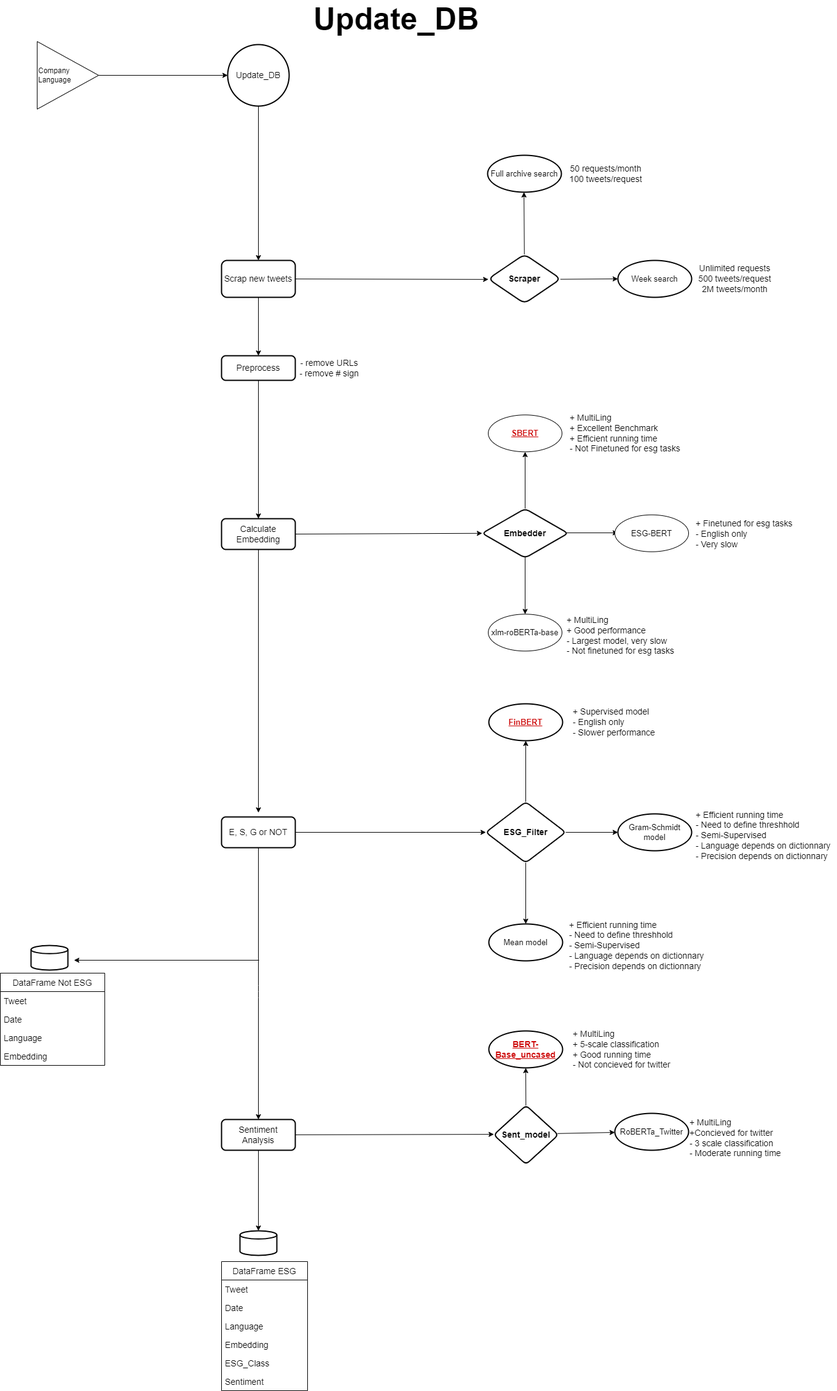
Above: Final_models/documentation + resources/Update_DB.png in HusseinRR/Twitter-Sentiment-Analysis (draw.io), before the change. Source tidied: cells renumbered, new cells last; positions are measured from the earlier drawing's top-left corner, leaving out a move shared by most shapes.
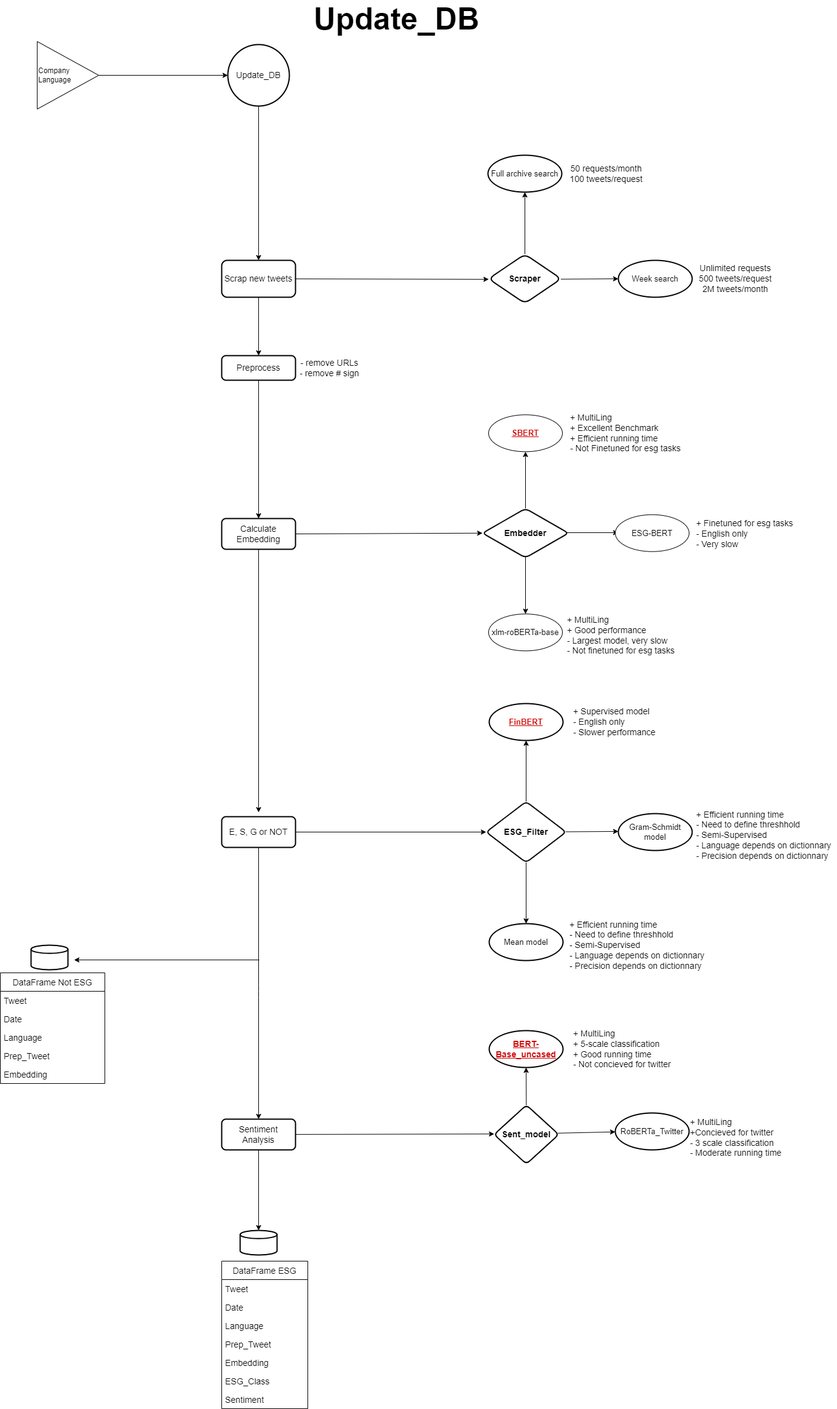
Later version of the same file.

Change to the diagram source:
```diff
@@ -32,7 +32,7 @@
       <mxGeometry x="390" y="1986" width="60" height="40" as="geometry" />
     </mxCell>
     <mxCell id="10" value="DataFrame Not ESG" style="swimlane;fontStyle=0;horizontal=1;startSize=30;fontSize=14;" parent="1" vertex="1">
-      <mxGeometry y="1567" width="170" height="150" as="geometry" />
+      <mxGeometry y="1567" width="170" height="180" as="geometry" />
     </mxCell>
     <mxCell id="11" value="Tweet" style="text;strokeColor=none;fillColor=none;align=left;verticalAlign=middle;spacingLeft=4;spacingRight=4;overflow=hidden;fontSize=14;" parent="10" vertex="1">
       <mxGeometry y="30" width="170" height="30" as="geometry" />
@@ -43,9 +43,12 @@
     <mxCell id="13" value="Language" style="text;strokeColor=none;fillColor=none;align=left;verticalAlign=middle;spacingLeft=4;spacingRight=4;overflow=hidden;fontSize=14;" parent="10" vertex="1">
       <mxGeometry y="90" width="170" height="30" as="geometry" />
     </mxCell>
-    <mxCell id="14" value="Embedding" style="text;strokeColor=none;fillColor=none;align=left;verticalAlign=middle;spacingLeft=4;spacingRight=4;overflow=hidden;fontSize=14;" parent="10" vertex="1">
+    <mxCell id="14" value="Prep_Tweet" style="text;strokeColor=none;fillColor=none;align=left;verticalAlign=middle;spacingLeft=4;spacingRight=4;overflow=hidden;fontSize=14;" parent="10" vertex="1">
       <mxGeometry y="120" width="170" height="30" as="geometry" />
     </mxCell>
+    <mxCell id="71" value="Embedding" style="text;strokeColor=none;fillColor=none;align=left;verticalAlign=middle;spacingLeft=4;spacingRight=4;overflow=hidden;fontSize=14;" parent="10" vertex="1">
+      <mxGeometry y="150" width="170" height="30" as="geometry" />
+    </mxCell>
     <mxCell id="15" style="edgeStyle=none;html=1;fontSize=14;" parent="1" edge="1" source="17" target="8">
       <mxGeometry relative="1" as="geometry">
         <Array as="points">
@@ -167,7 +170,7 @@
       <mxGeometry x="50" y="1522" width="60" height="40" as="geometry" />
     </mxCell>
     <mxCell id="50" value="DataFrame ESG" style="swimlane;fontStyle=0;horizontal=1;startSize=30;fontSize=14;" parent="1" vertex="1">
-      <mxGeometry x="360" y="2036" width="140" height="210" as="geometry" />
+      <mxGeometry x="360" y="2036" width="140" height="240" as="geometry" />
     </mxCell>
     <mxCell id="51" value="Tweet" style="text;strokeColor=none;fillColor=none;align=left;verticalAlign=middle;spacingLeft=4;spacingRight=4;overflow=hidden;fontSize=14;" parent="50" vertex="1">
       <mxGeometry y="30" width="140" height="30" as="geometry" />
@@ -178,14 +181,17 @@
     <mxCell id="53" value="Language" style="text;strokeColor=none;fillColor=none;align=left;verticalAlign=middle;spacingLeft=4;spacingRight=4;overflow=hidden;fontSize=14;" parent="50" vertex="1">
       <mxGeometry y="90" width="140" height="30" as="geometry" />
     </mxCell>
+    <mxCell id="72" value="Prep_Tweet" style="text;strokeColor=none;fillColor=none;align=left;verticalAlign=middle;spacingLeft=4;spacingRight=4;overflow=hidden;fontSize=14;" parent="50" vertex="1">
+      <mxGeometry y="120" width="140" height="30" as="geometry" />
+    </mxCell>
     <mxCell id="54" value="Embedding" style="text;strokeColor=none;fillColor=none;align=left;verticalAlign=middle;spacingLeft=4;spacingRight=4;overflow=hidden;fontSize=14;" parent="50" vertex="1">
-      <mxGeometry y="120" width="140" height="30" as="geometry" />
+      <mxGeometry y="150" width="140" height="30" as="geometry" />
     </mxCell>
     <mxCell id="55" value="ESG_Class" style="text;strokeColor=none;fillColor=none;align=left;verticalAlign=middle;spacingLeft=4;spacingRight=4;overflow=hidden;fontSize=14;" parent="50" vertex="1">
-      <mxGeometry y="150" width="140" height="30" as="geometry" />
+      <mxGeometry y="180" width="140" height="30" as="geometry" />
     </mxCell>
     <mxCell id="56" value="Sentiment" style="text;strokeColor=none;fillColor=none;align=left;verticalAlign=middle;spacingLeft=4;spacingRight=4;overflow=hidden;fontSize=14;" parent="50" vertex="1">
-      <mxGeometry y="180" width="140" height="30" as="geometry" />
+      <mxGeometry y="210" width="140" height="30" as="geometry" />
     </mxCell>
     <mxCell id="57" style="endArrow=classic;html=1;fontSize=14;fontColor=#CC0000;" parent="1" edge="1">
       <mxGeometry relative="1" as="geometry">
```
